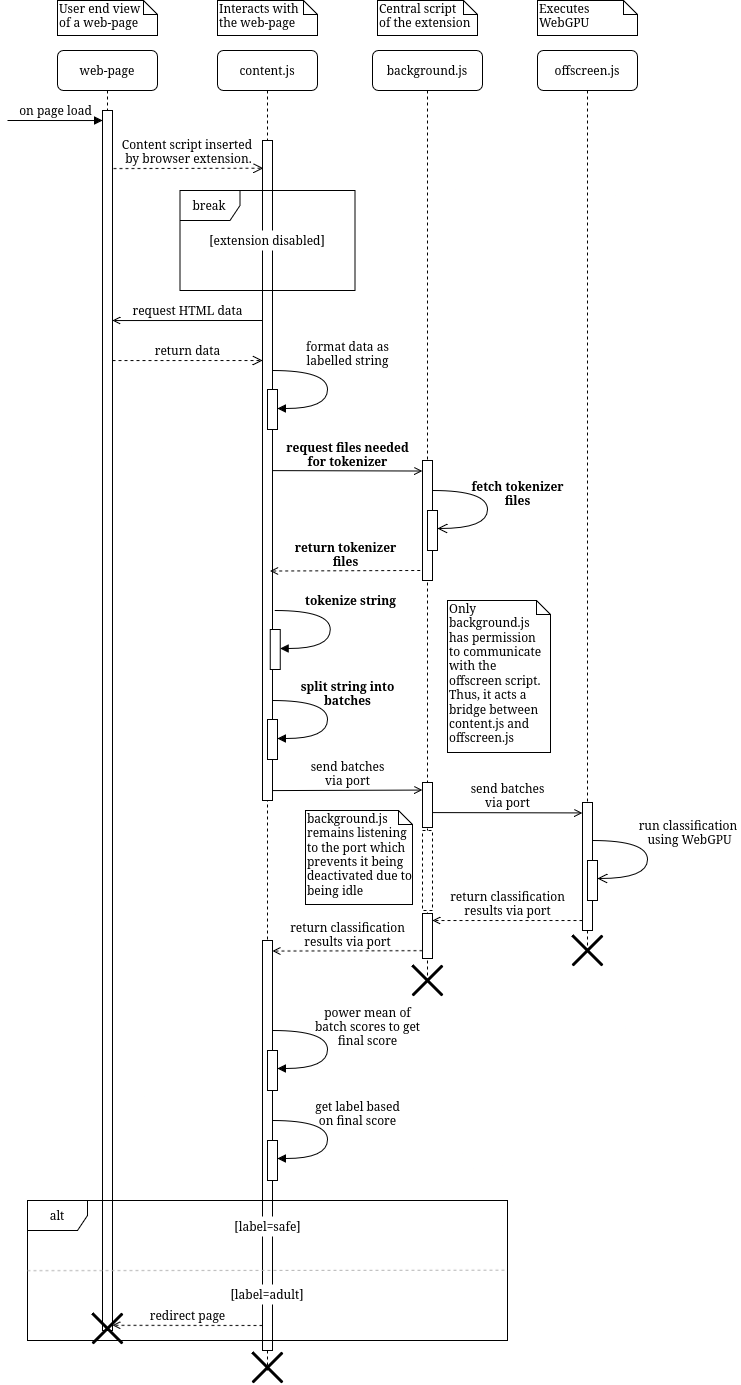
Earlier version of the draw.io export diagrams/uml_sequence3.png (3cho11/PyroBlocker). Source tidied: cells renumbered, new cells last; positions are measured from the earlier drawing's top-left corner, leaving out a move shared by most shapes.
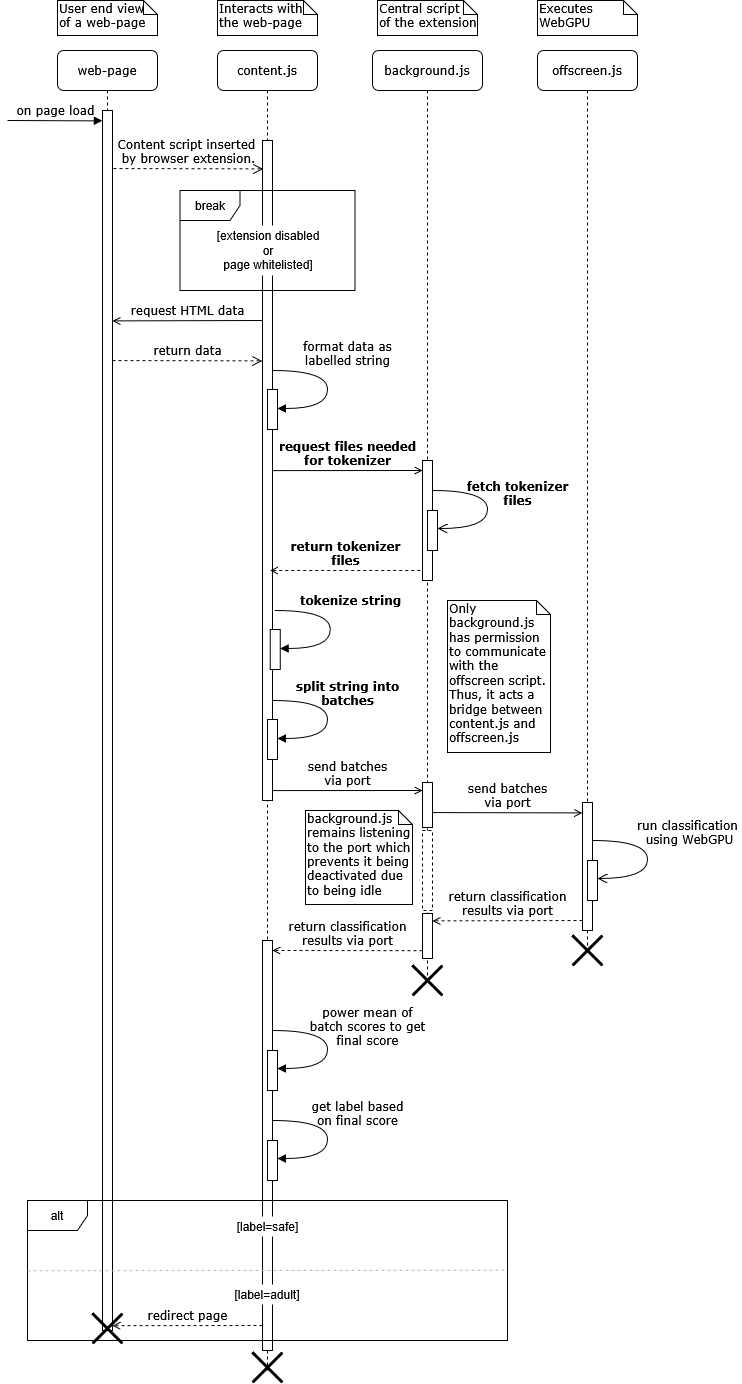
Later version of the same file.

Change to the diagram source:
```diff
@@ -174,8 +174,8 @@
     <mxCell id="41" value="break" style="shape=umlFrame;whiteSpace=wrap;html=1;" parent="1" vertex="1">
       <mxGeometry x="172.5" y="190" width="175" height="100" as="geometry" />
     </mxCell>
-    <mxCell id="42" value="[extension disabled]" style="rounded=0;whiteSpace=wrap;html=1;strokeColor=none;" parent="1" vertex="1">
-      <mxGeometry x="197.2" y="230" width="125.5" height="20" as="geometry" />
+    <mxCell id="42" value="&lt;div&gt;[extension disabled&lt;/div&gt;&lt;div&gt;or&lt;/div&gt;&lt;div&gt;page whitelisted]&lt;/div&gt;" style="rounded=0;whiteSpace=wrap;html=1;strokeColor=none;" parent="1" vertex="1">
+      <mxGeometry x="198" y="225" width="125.5" height="50" as="geometry" />
     </mxCell>
     <mxCell id="43" value="&lt;b&gt;tokenize string&lt;/b&gt;" style="html=1;verticalAlign=bottom;endArrow=block;labelBackgroundColor=none;fontFamily=Verdana;fontSize=12;elbow=vertical;edgeStyle=orthogonalEdgeStyle;curved=1;entryX=1;entryY=0.286;entryPerimeter=0;exitX=1.038;exitY=0.345;exitPerimeter=0;" parent="1" edge="1">
       <mxGeometry x="-0.23" y="-20" relative="1" as="geometry">
```
